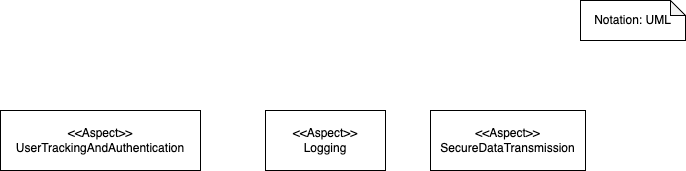
Earlier version of the draw.io export Assignment2/Untitled Diagram.drawio.png (TanHess/SoftwareArchitectureAndDesign). Source tidied: cells renumbered, new cells last; positions are measured from the earlier drawing's top-left corner, leaving out a move shared by most shapes.
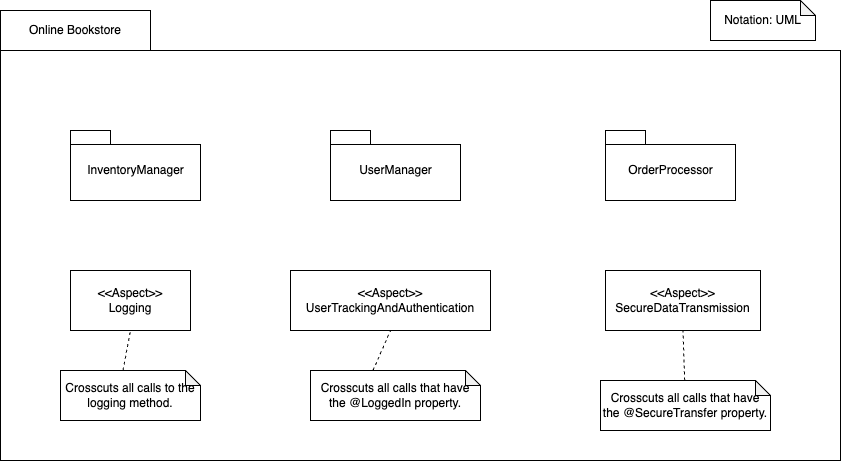
Later version of the same file.

What changed in the source:
```diff
@@ -2,17 +2,53 @@
   <root>
     <mxCell id="0" />
     <mxCell id="1" parent="0" />
+    <mxCell id="6" style="group;" parent="1" vertex="1">
+      <mxGeometry x="100" y="40" width="840" height="450" as="geometry" />
+    </mxCell>
+    <mxCell id="7" style="shape=folder;fontStyle=1;spacingTop=10;tabWidth=150;tabHeight=40;tabPosition=left;html=1;" parent="6" vertex="1">
+      <mxGeometry width="840" height="450" as="geometry" />
+    </mxCell>
-    <mxCell id="2" value="&amp;lt;&amp;lt;Aspect&amp;gt;&amp;gt;&lt;br&gt;Logging" style="rounded=0;whiteSpace=wrap;html=1;" parent="1" vertex="1">
-      <mxGeometry x="265" y="110" width="120" height="60" as="geometry" />
+    <mxCell id="2" value="&amp;lt;&amp;lt;Aspect&amp;gt;&amp;gt;&lt;br&gt;Logging" style="rounded=0;whiteSpace=wrap;html=1;" parent="6" vertex="1">
+      <mxGeometry x="70" y="260" width="120" height="60" as="geometry" />
     </mxCell>
-    <mxCell id="3" value="Notation: UML" style="shape=note;whiteSpace=wrap;html=1;backgroundOutline=1;darkOpacity=0.05;size=15;" parent="1" vertex="1">
-      <mxGeometry x="580" width="105" height="40" as="geometry" />
-    </mxCell>
-    <mxCell id="4" value="&amp;lt;&amp;lt;Aspect&amp;gt;&amp;gt;&lt;br&gt;UserTrackingAndAuthentication" style="rounded=0;whiteSpace=wrap;html=1;" parent="1" vertex="1">
-      <mxGeometry y="110" width="200" height="60" as="geometry" />
+    <mxCell id="4" value="&amp;lt;&amp;lt;Aspect&amp;gt;&amp;gt;&lt;br&gt;UserTrackingAndAuthentication" style="rounded=0;whiteSpace=wrap;html=1;" parent="6" vertex="1">
+      <mxGeometry x="290" y="260" width="200" height="60" as="geometry" />
     </mxCell>
-    <mxCell id="5" value="&amp;lt;&amp;lt;Aspect&amp;gt;&amp;gt;&lt;br&gt;SecureDataTransmission" style="rounded=0;whiteSpace=wrap;html=1;" parent="1" vertex="1">
-      <mxGeometry x="430" y="110" width="155" height="60" as="geometry" />
+    <mxCell id="5" value="&amp;lt;&amp;lt;Aspect&amp;gt;&amp;gt;&lt;br&gt;SecureDataTransmission" style="rounded=0;whiteSpace=wrap;html=1;" parent="6" vertex="1">
+      <mxGeometry x="605" y="260" width="155" height="60" as="geometry" />
     </mxCell>
+    <mxCell id="8" value="Online Bookstore" style="text;html=1;strokeColor=none;fillColor=none;align=center;verticalAlign=middle;whiteSpace=wrap;rounded=0;" parent="6" vertex="1">
+      <mxGeometry width="150" height="40" as="geometry" />
+    </mxCell>
+    <mxCell id="3" value="Notation: UML" style="shape=note;whiteSpace=wrap;html=1;backgroundOutline=1;darkOpacity=0.05;size=15;" parent="6" vertex="1">
+      <mxGeometry x="710" y="-10" width="105" height="40" as="geometry" />
+    </mxCell>
+    <mxCell id="9" value="&lt;span style=&quot;font-weight: 400;&quot;&gt;UserManager&lt;/span&gt;" style="shape=folder;fontStyle=1;spacingTop=10;tabWidth=40;tabHeight=14;tabPosition=left;html=1;" parent="6" vertex="1">
+      <mxGeometry x="330" y="120" width="130" height="70" as="geometry" />
+    </mxCell>
+    <mxCell id="10" value="&lt;span style=&quot;font-weight: 400;&quot;&gt;InventoryManager&lt;/span&gt;" style="shape=folder;fontStyle=1;spacingTop=10;tabWidth=40;tabHeight=14;tabPosition=left;html=1;" parent="6" vertex="1">
+      <mxGeometry x="70" y="120" width="130" height="70" as="geometry" />
+    </mxCell>
+    <mxCell id="11" value="&lt;span style=&quot;font-weight: 400;&quot;&gt;OrderProcessor&lt;br&gt;&lt;/span&gt;" style="shape=folder;fontStyle=1;spacingTop=10;tabWidth=40;tabHeight=14;tabPosition=left;html=1;" parent="6" vertex="1">
+      <mxGeometry x="605" y="120" width="130" height="70" as="geometry" />
+    </mxCell>
+    <mxCell id="12" style="endArrow=none;dashed=1;html=1;rounded=0;entryX=0.5;entryY=1;entryDx=0;entryDy=0;exitX=0;exitY=0;exitDx=62.5;exitDy=0;exitPerimeter=0;" parent="6" edge="1" source="13" target="2">
+      <mxGeometry relative="1" as="geometry" />
+    </mxCell>
+    <mxCell id="13" value="Crosscuts all calls to the logging method." style="shape=note;whiteSpace=wrap;html=1;backgroundOutline=1;darkOpacity=0.05;size=15;" parent="6" vertex="1">
+      <mxGeometry x="60" y="360" width="140" height="50" as="geometry" />
+    </mxCell>
+    <mxCell id="14" value="Crosscuts all calls that have the @SecureTransfer property." style="shape=note;whiteSpace=wrap;html=1;backgroundOutline=1;darkOpacity=0.05;size=15;" parent="6" vertex="1">
+      <mxGeometry x="600" y="370" width="170" height="50" as="geometry" />
+    </mxCell>
+    <mxCell id="15" value="Crosscuts all calls that have the @LoggedIn property." style="shape=note;whiteSpace=wrap;html=1;backgroundOutline=1;darkOpacity=0.05;size=15;" parent="6" vertex="1">
+      <mxGeometry x="310" y="360" width="170" height="50" as="geometry" />
+    </mxCell>
+    <mxCell id="16" style="endArrow=none;dashed=1;html=1;rounded=0;entryX=0.5;entryY=1;entryDx=0;entryDy=0;exitX=0;exitY=0;exitDx=62.5;exitDy=0;exitPerimeter=0;" parent="6" edge="1" source="15" target="4">
+      <mxGeometry relative="1" as="geometry" />
+    </mxCell>
+    <mxCell id="17" style="endArrow=none;dashed=1;html=1;rounded=0;entryX=0.5;entryY=1;entryDx=0;entryDy=0;" parent="6" edge="1" source="14" target="5">
+      <mxGeometry relative="1" as="geometry" />
+    </mxCell>
   </root>
 </mxGraphModel>
```
